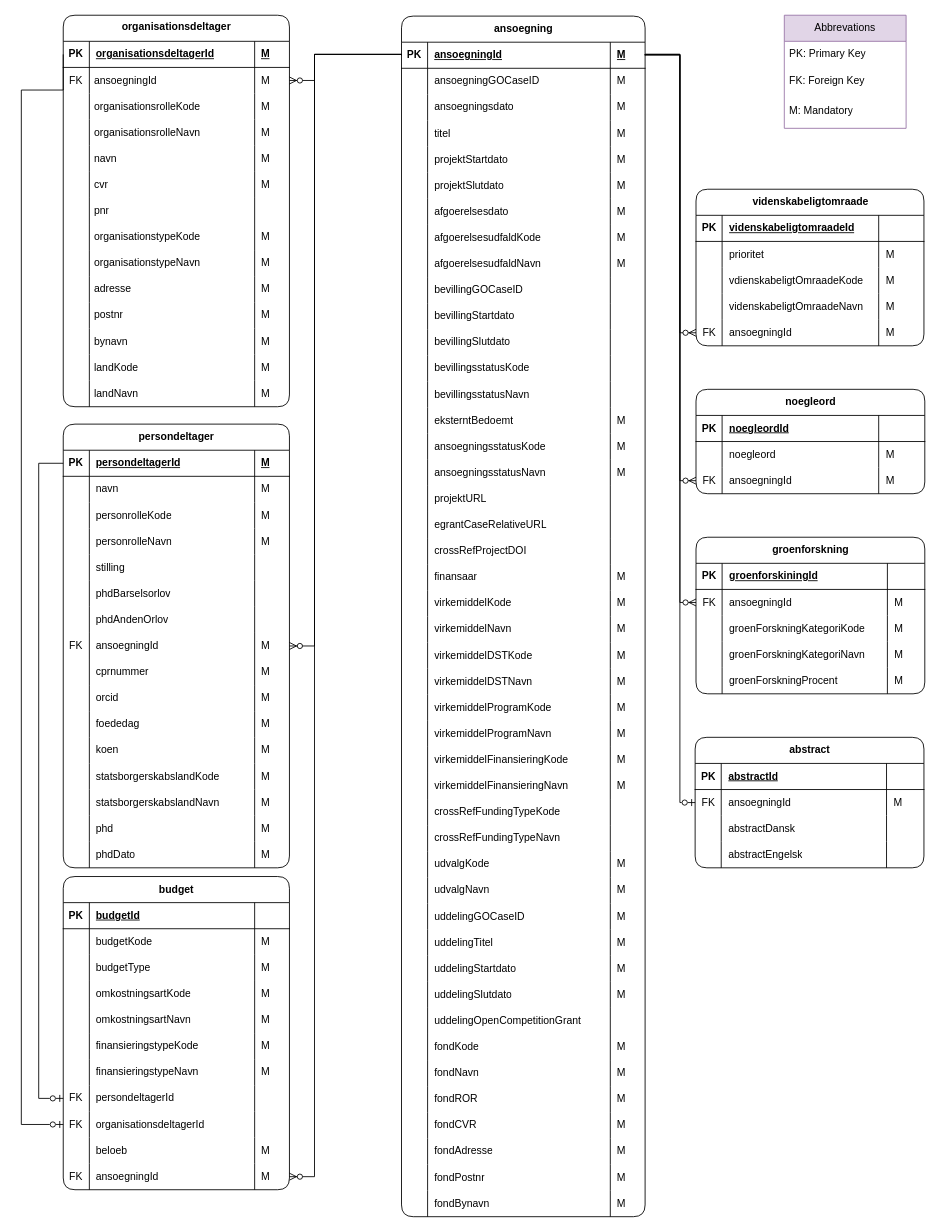
The draw.io diagram page "NY Raw" (4 of 5) of Grants model.drawio in thomas-lange-dk/Grants, before the edit. Source tidied: cells renumbered, new cells numbered last; positions are measured from the earlier drawing's top-left corner, leaving out a move shared by most shapes. Both pictures are drawn from the tidied source at 87%, with x=0, y=0 at pixel (21, 15).
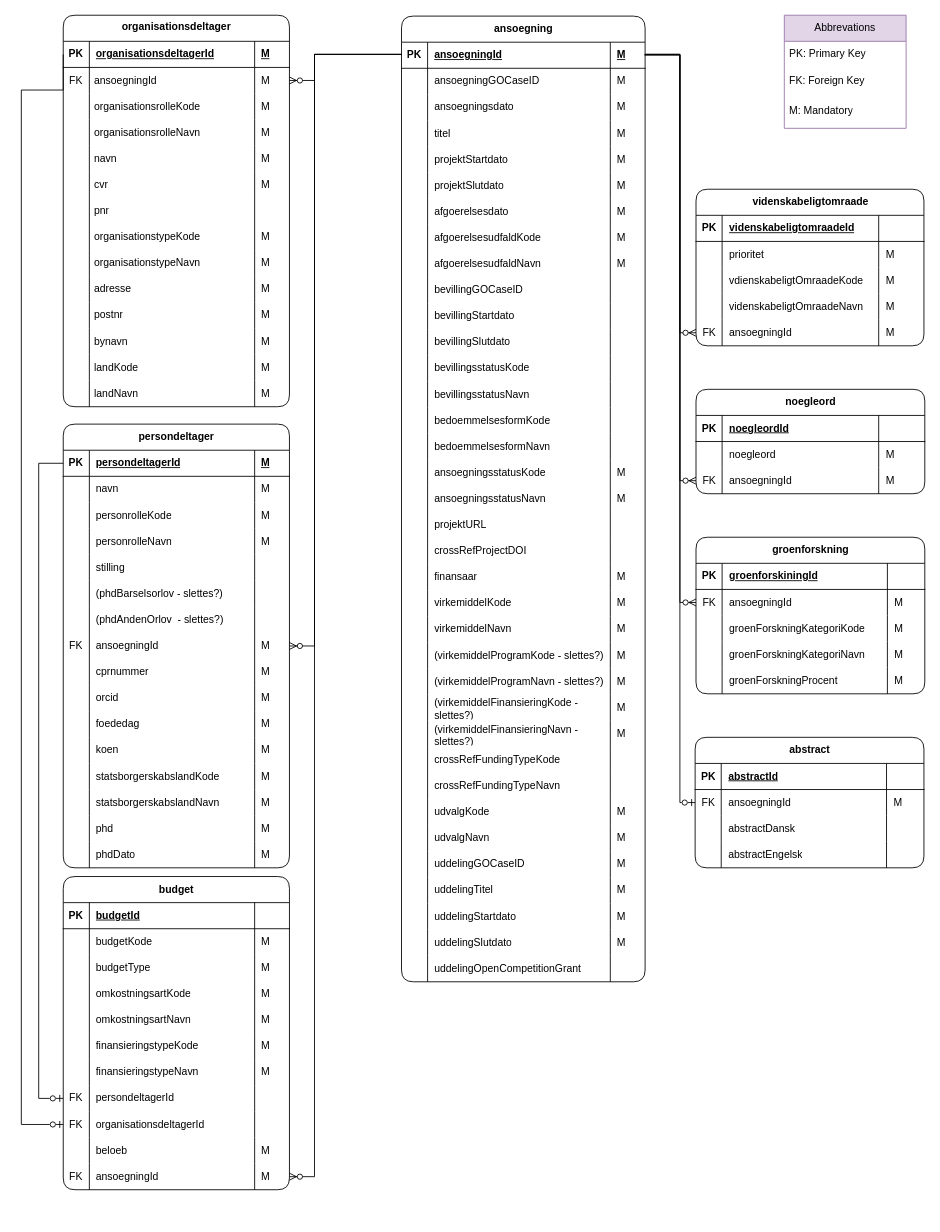
After the change.

The change refers to these unchanged cells:
```xml
<mxCell id="155" style="shape=tableRow;horizontal=0;startSize=0;swimlaneHead=0;swimlaneBody=0;fillColor=none;top=0;left=0;right=0;bottom=0;shadow=0;" parent="98" vertex="1">
  <mxGeometry y="450" width="280" height="30" as="geometry" />
</mxCell>
<mxCell id="300" style="shape=tableRow;horizontal=0;startSize=0;swimlaneHead=0;swimlaneBody=0;fillColor=none;top=0;left=0;right=0;bottom=0;shadow=0;" parent="279" vertex="1">
  <mxGeometry y="180" width="260" height="30" as="geometry" />
</mxCell>
<mxCell id="304" style="shape=tableRow;horizontal=0;startSize=0;swimlaneHead=0;swimlaneBody=0;fillColor=none;top=0;left=0;right=0;bottom=0;shadow=0;" parent="279" vertex="1">
  <mxGeometry y="210" width="260" height="30" as="geometry" />
</mxCell>
```

The edit, as a diff of the source:
```diff
@@
     <mxCell id="98" value="ansoegning" style="shape=table;startSize=30;childLayout=tableLayout;rowLines=0;fontStyle=1;align=center;html=1;swimlaneLine=1;shadow=0;rounded=1;swimlaneFillColor=none;" parent="1" vertex="1">
-      <mxGeometry x="437" y="1" width="280" height="1380" as="geometry" />
+      <mxGeometry x="437" y="1" width="280" height="1110" as="geometry" />
     </mxCell>
@@
-    <mxCell id="157" value="eksterntBedoemt" style="shape=partialRectangle;fillColor=none;top=0;left=0;bottom=0;right=0;align=left;spacingLeft=6;overflow=hidden;whiteSpace=wrap;html=1;shadow=0;" parent="155" vertex="1">
+    <mxCell id="157" value="bedoemmelsesformKode" style="shape=partialRectangle;fillColor=none;top=0;left=0;bottom=0;right=0;align=left;spacingLeft=6;overflow=hidden;whiteSpace=wrap;html=1;shadow=0;" parent="155" vertex="1">
       <mxGeometry x="30" width="210" height="30" as="geometry" />
     </mxCell>
-    <mxCell id="158" value="M" style="shape=partialRectangle;fillColor=none;top=0;left=0;bottom=0;right=0;align=left;spacingLeft=6;overflow=hidden;whiteSpace=wrap;html=1;shadow=0;" parent="155" vertex="1">
+    <mxCell id="158" style="shape=partialRectangle;fillColor=none;top=0;left=0;bottom=0;right=0;align=left;spacingLeft=6;overflow=hidden;whiteSpace=wrap;html=1;shadow=0;" parent="155" vertex="1">
       <mxGeometry x="240" width="40" height="30" as="geometry" />
     </mxCell>
+    <mxCell id="435" style="shape=tableRow;horizontal=0;startSize=0;swimlaneHead=0;swimlaneBody=0;fillColor=none;top=0;left=0;right=0;bottom=0;shadow=0;" parent="98" vertex="1">
+      <mxGeometry y="480" width="280" height="30" as="geometry" />
+    </mxCell>
+    <mxCell id="436" style="shape=partialRectangle;fillColor=none;top=0;left=0;bottom=0;right=0;overflow=hidden;whiteSpace=wrap;html=1;shadow=0;" parent="435" vertex="1">
+      <mxGeometry width="30" height="30" as="geometry" />
+    </mxCell>
+    <mxCell id="437" value="bedoemmelsesformNavn" style="shape=partialRectangle;fillColor=none;top=0;left=0;bottom=0;right=0;align=left;spacingLeft=6;overflow=hidden;whiteSpace=wrap;html=1;shadow=0;" parent="435" vertex="1">
+      <mxGeometry x="30" width="210" height="30" as="geometry" />
+    </mxCell>
+    <mxCell id="174" style="shape=partialRectangle;fillColor=none;top=0;left=0;bottom=0;right=0;align=left;spacingLeft=6;overflow=hidden;whiteSpace=wrap;html=1;shadow=0;" parent="435" vertex="1">
+      <mxGeometry x="240" width="40" height="30" as="geometry" />
+    </mxCell>
     <mxCell id="159" style="shape=tableRow;horizontal=0;startSize=0;swimlaneHead=0;swimlaneBody=0;fillColor=none;top=0;left=0;right=0;bottom=0;shadow=0;" parent="98" vertex="1">
-      <mxGeometry y="480" width="280" height="30" as="geometry" />
+      <mxGeometry y="510" width="280" height="30" as="geometry" />
     </mxCell>
@@
     <mxCell id="163" style="shape=tableRow;horizontal=0;startSize=0;swimlaneHead=0;swimlaneBody=0;fillColor=none;top=0;left=0;right=0;bottom=0;shadow=0;" parent="98" vertex="1">
-      <mxGeometry y="510" width="280" height="30" as="geometry" />
+      <mxGeometry y="540" width="280" height="30" as="geometry" />
     </mxCell>
@@
     <mxCell id="167" style="shape=tableRow;horizontal=0;startSize=0;swimlaneHead=0;swimlaneBody=0;fillColor=none;top=0;left=0;right=0;bottom=0;shadow=0;" parent="98" vertex="1">
-      <mxGeometry y="540" width="280" height="30" as="geometry" />
+      <mxGeometry y="570" width="280" height="30" as="geometry" />
     </mxCell>
@@
-    <mxCell id="171" style="shape=tableRow;horizontal=0;startSize=0;swimlaneHead=0;swimlaneBody=0;fillColor=none;top=0;left=0;right=0;bottom=0;shadow=0;" parent="98" vertex="1">
-      <mxGeometry y="570" width="280" height="30" as="geometry" />
-    </mxCell>
-    <mxCell id="172" style="shape=partialRectangle;fillColor=none;top=0;left=0;bottom=0;right=0;overflow=hidden;whiteSpace=wrap;html=1;shadow=0;" parent="171" vertex="1">
-      <mxGeometry width="30" height="30" as="geometry" />
-    </mxCell>
-    <mxCell id="173" value="egrantCaseRelativeURL" style="shape=partialRectangle;fillColor=none;top=0;left=0;bottom=0;right=0;align=left;spacingLeft=6;overflow=hidden;whiteSpace=wrap;html=1;shadow=0;" parent="171" vertex="1">
-      <mxGeometry x="30" width="210" height="30" as="geometry" />
-    </mxCell>
-    <mxCell id="174" style="shape=partialRectangle;fillColor=none;top=0;left=0;bottom=0;right=0;align=left;spacingLeft=6;overflow=hidden;whiteSpace=wrap;html=1;shadow=0;" parent="171" vertex="1">
-      <mxGeometry x="240" width="40" height="30" as="geometry" />
-    </mxCell>
@@
-    <mxCell id="191" style="shape=tableRow;horizontal=0;startSize=0;swimlaneHead=0;swimlaneBody=0;fillColor=none;top=0;left=0;right=0;bottom=0;shadow=0;" parent="98" vertex="1">
-      <mxGeometry y="720" width="280" height="30" as="geometry" />
-    </mxCell>
-    <mxCell id="192" style="shape=partialRectangle;fillColor=none;top=0;left=0;bottom=0;right=0;overflow=hidden;whiteSpace=wrap;html=1;shadow=0;" parent="191" vertex="1">
-      <mxGeometry width="30" height="30" as="geometry" />
-    </mxCell>
-    <mxCell id="193" value="virkemiddelDSTKode" style="shape=partialRectangle;fillColor=none;top=0;left=0;bottom=0;right=0;align=left;spacingLeft=6;overflow=hidden;whiteSpace=wrap;html=1;shadow=0;" parent="191" vertex="1">
-      <mxGeometry x="30" width="210" height="30" as="geometry" />
-    </mxCell>
-    <mxCell id="194" value="M" style="shape=partialRectangle;fillColor=none;top=0;left=0;bottom=0;right=0;align=left;spacingLeft=6;overflow=hidden;whiteSpace=wrap;html=1;shadow=0;" parent="191" vertex="1">
-      <mxGeometry x="240" width="40" height="30" as="geometry" />
-    </mxCell>
-    <mxCell id="195" style="shape=tableRow;horizontal=0;startSize=0;swimlaneHead=0;swimlaneBody=0;fillColor=none;top=0;left=0;right=0;bottom=0;shadow=0;" parent="98" vertex="1">
-      <mxGeometry y="750" width="280" height="30" as="geometry" />
-    </mxCell>
-    <mxCell id="196" style="shape=partialRectangle;fillColor=none;top=0;left=0;bottom=0;right=0;overflow=hidden;whiteSpace=wrap;html=1;shadow=0;" parent="195" vertex="1">
-      <mxGeometry width="30" height="30" as="geometry" />
-    </mxCell>
-    <mxCell id="197" value="virkemiddelDSTNavn" style="shape=partialRectangle;fillColor=none;top=0;left=0;bottom=0;right=0;align=left;spacingLeft=6;overflow=hidden;whiteSpace=wrap;html=1;shadow=0;" parent="195" vertex="1">
-      <mxGeometry x="30" width="210" height="30" as="geometry" />
-    </mxCell>
-    <mxCell id="198" value="M" style="shape=partialRectangle;fillColor=none;top=0;left=0;bottom=0;right=0;align=left;spacingLeft=6;overflow=hidden;whiteSpace=wrap;html=1;shadow=0;" parent="195" vertex="1">
-      <mxGeometry x="240" width="40" height="30" as="geometry" />
-    </mxCell>
     <mxCell id="199" style="shape=tableRow;horizontal=0;startSize=0;swimlaneHead=0;swimlaneBody=0;fillColor=none;top=0;left=0;right=0;bottom=0;shadow=0;" parent="98" vertex="1">
-      <mxGeometry y="780" width="280" height="30" as="geometry" />
+      <mxGeometry y="720" width="280" height="30" as="geometry" />
     </mxCell>
@@
-    <mxCell id="201" value="virkemiddelProgramKode" style="shape=partialRectangle;fillColor=none;top=0;left=0;bottom=0;right=0;align=left;spacingLeft=6;overflow=hidden;whiteSpace=wrap;html=1;shadow=0;" parent="199" vertex="1">
+    <mxCell id="201" value="(virkemiddelProgramKode - slettes?)" style="shape=partialRectangle;fillColor=none;top=0;left=0;bottom=0;right=0;align=left;spacingLeft=6;overflow=hidden;whiteSpace=wrap;html=1;shadow=0;" parent="199" vertex="1">
       <mxGeometry x="30" width="210" height="30" as="geometry" />
     </mxCell>
@@
     <mxCell id="203" style="shape=tableRow;horizontal=0;startSize=0;swimlaneHead=0;swimlaneBody=0;fillColor=none;top=0;left=0;right=0;bottom=0;shadow=0;" parent="98" vertex="1">
-      <mxGeometry y="810" width="280" height="30" as="geometry" />
+      <mxGeometry y="750" width="280" height="30" as="geometry" />
     </mxCell>
@@
-    <mxCell id="205" value="virkemiddelProgramNavn" style="shape=partialRectangle;fillColor=none;top=0;left=0;bottom=0;right=0;align=left;spacingLeft=6;overflow=hidden;whiteSpace=wrap;html=1;shadow=0;" parent="203" vertex="1">
+    <mxCell id="205" value="(virkemiddelProgramNavn&amp;nbsp;- slettes?)" style="shape=partialRectangle;fillColor=none;top=0;left=0;bottom=0;right=0;align=left;spacingLeft=6;overflow=hidden;whiteSpace=wrap;html=1;shadow=0;" parent="203" vertex="1">
       <mxGeometry x="30" width="210" height="30" as="geometry" />
     </mxCell>
@@
     <mxCell id="207" style="shape=tableRow;horizontal=0;startSize=0;swimlaneHead=0;swimlaneBody=0;fillColor=none;top=0;left=0;right=0;bottom=0;shadow=0;" parent="98" vertex="1">
-      <mxGeometry y="840" width="280" height="30" as="geometry" />
+      <mxGeometry y="780" width="280" height="30" as="geometry" />
     </mxCell>
@@
-    <mxCell id="209" value="virkemiddelFinansieringKode" style="shape=partialRectangle;fillColor=none;top=0;left=0;bottom=0;right=0;align=left;spacingLeft=6;overflow=hidden;whiteSpace=wrap;html=1;shadow=0;" parent="207" vertex="1">
+    <mxCell id="209" value="(virkemiddelFinansieringKode&amp;nbsp;- slettes?)" style="shape=partialRectangle;fillColor=none;top=0;left=0;bottom=0;right=0;align=left;spacingLeft=6;overflow=hidden;whiteSpace=wrap;html=1;shadow=0;" parent="207" vertex="1">
       <mxGeometry x="30" width="210" height="30" as="geometry" />
     </mxCell>
@@
     <mxCell id="211" style="shape=tableRow;horizontal=0;startSize=0;swimlaneHead=0;swimlaneBody=0;fillColor=none;top=0;left=0;right=0;bottom=0;shadow=0;" parent="98" vertex="1">
-      <mxGeometry y="870" width="280" height="30" as="geometry" />
+      <mxGeometry y="810" width="280" height="30" as="geometry" />
     </mxCell>
@@
-    <mxCell id="213" value="virkemiddelFinansieringNavn" style="shape=partialRectangle;fillColor=none;top=0;left=0;bottom=0;right=0;align=left;spacingLeft=6;overflow=hidden;whiteSpace=wrap;html=1;shadow=0;" parent="211" vertex="1">
+    <mxCell id="213" value="(virkemiddelFinansieringNavn&amp;nbsp;- slettes?)" style="shape=partialRectangle;fillColor=none;top=0;left=0;bottom=0;right=0;align=left;spacingLeft=6;overflow=hidden;whiteSpace=wrap;html=1;shadow=0;" parent="211" vertex="1">
       <mxGeometry x="30" width="210" height="30" as="geometry" />
     </mxCell>
@@
     <mxCell id="215" style="shape=tableRow;horizontal=0;startSize=0;swimlaneHead=0;swimlaneBody=0;fillColor=none;top=0;left=0;right=0;bottom=0;shadow=0;" parent="98" vertex="1">
-      <mxGeometry y="900" width="280" height="30" as="geometry" />
+      <mxGeometry y="840" width="280" height="30" as="geometry" />
     </mxCell>
@@
     <mxCell id="219" style="shape=tableRow;horizontal=0;startSize=0;swimlaneHead=0;swimlaneBody=0;fillColor=none;top=0;left=0;right=0;bottom=0;shadow=0;" parent="98" vertex="1">
-      <mxGeometry y="930" width="280" height="30" as="geometry" />
+      <mxGeometry y="870" width="280" height="30" as="geometry" />
     </mxCell>
@@
     <mxCell id="223" style="shape=tableRow;horizontal=0;startSize=0;swimlaneHead=0;swimlaneBody=0;fillColor=none;top=0;left=0;right=0;bottom=0;shadow=0;" parent="98" vertex="1">
-      <mxGeometry y="960" width="280" height="30" as="geometry" />
+      <mxGeometry y="900" width="280" height="30" as="geometry" />
     </mxCell>
@@
     <mxCell id="227" style="shape=tableRow;horizontal=0;startSize=0;swimlaneHead=0;swimlaneBody=0;fillColor=none;top=0;left=0;right=0;bottom=0;shadow=0;" parent="98" vertex="1">
-      <mxGeometry y="990" width="280" height="30" as="geometry" />
+      <mxGeometry y="930" width="280" height="30" as="geometry" />
     </mxCell>
@@
     <mxCell id="231" style="shape=tableRow;horizontal=0;startSize=0;swimlaneHead=0;swimlaneBody=0;fillColor=none;top=0;left=0;right=0;bottom=0;shadow=0;" parent="98" vertex="1">
-      <mxGeometry y="1020" width="280" height="30" as="geometry" />
+      <mxGeometry y="960" width="280" height="30" as="geometry" />
     </mxCell>
@@
     <mxCell id="235" style="shape=tableRow;horizontal=0;startSize=0;swimlaneHead=0;swimlaneBody=0;fillColor=none;top=0;left=0;right=0;bottom=0;shadow=0;" parent="98" vertex="1">
-      <mxGeometry y="1050" width="280" height="30" as="geometry" />
+      <mxGeometry y="990" width="280" height="30" as="geometry" />
     </mxCell>
@@
     <mxCell id="239" style="shape=tableRow;horizontal=0;startSize=0;swimlaneHead=0;swimlaneBody=0;fillColor=none;top=0;left=0;right=0;bottom=0;shadow=0;" parent="98" vertex="1">
-      <mxGeometry y="1080" width="280" height="30" as="geometry" />
+      <mxGeometry y="1020" width="280" height="30" as="geometry" />
     </mxCell>
@@
     <mxCell id="243" style="shape=tableRow;horizontal=0;startSize=0;swimlaneHead=0;swimlaneBody=0;fillColor=none;top=0;left=0;right=0;bottom=0;shadow=0;" parent="98" vertex="1">
-      <mxGeometry y="1110" width="280" height="30" as="geometry" />
+      <mxGeometry y="1050" width="280" height="30" as="geometry" />
     </mxCell>
@@
     <mxCell id="247" style="shape=tableRow;horizontal=0;startSize=0;swimlaneHead=0;swimlaneBody=0;fillColor=none;top=0;left=0;right=0;bottom=0;shadow=0;" parent="98" vertex="1">
-      <mxGeometry y="1140" width="280" height="30" as="geometry" />
+      <mxGeometry y="1080" width="280" height="30" as="geometry" />
     </mxCell>
@@
-    <mxCell id="251" style="shape=tableRow;horizontal=0;startSize=0;swimlaneHead=0;swimlaneBody=0;fillColor=none;top=0;left=0;right=0;bottom=0;shadow=0;" parent="98" vertex="1">
-      <mxGeometry y="1170" width="280" height="30" as="geometry" />
-    </mxCell>
-    <mxCell id="252" style="shape=partialRectangle;fillColor=none;top=0;left=0;bottom=0;right=0;overflow=hidden;whiteSpace=wrap;html=1;shadow=0;" parent="251" vertex="1">
-      <mxGeometry width="30" height="30" as="geometry" />
-    </mxCell>
-    <mxCell id="253" value="fondKode" style="shape=partialRectangle;fillColor=none;top=0;left=0;bottom=0;right=0;align=left;spacingLeft=6;overflow=hidden;whiteSpace=wrap;html=1;shadow=0;" parent="251" vertex="1">
-      <mxGeometry x="30" width="210" height="30" as="geometry" />
-    </mxCell>
-    <mxCell id="254" value="M" style="shape=partialRectangle;fillColor=none;top=0;left=0;bottom=0;right=0;align=left;spacingLeft=6;overflow=hidden;whiteSpace=wrap;html=1;shadow=0;" parent="251" vertex="1">
-      <mxGeometry x="240" width="40" height="30" as="geometry" />
-    </mxCell>
-    <mxCell id="255" style="shape=tableRow;horizontal=0;startSize=0;swimlaneHead=0;swimlaneBody=0;fillColor=none;top=0;left=0;right=0;bottom=0;shadow=0;" parent="98" vertex="1">
-      <mxGeometry y="1200" width="280" height="30" as="geometry" />
-    </mxCell>
-    <mxCell id="256" style="shape=partialRectangle;fillColor=none;top=0;left=0;bottom=0;right=0;overflow=hidden;whiteSpace=wrap;html=1;shadow=0;" parent="255" vertex="1">
-      <mxGeometry width="30" height="30" as="geometry" />
-    </mxCell>
-    <mxCell id="257" value="fondNavn" style="shape=partialRectangle;fillColor=none;top=0;left=0;bottom=0;right=0;align=left;spacingLeft=6;overflow=hidden;whiteSpace=wrap;html=1;shadow=0;" parent="255" vertex="1">
-      <mxGeometry x="30" width="210" height="30" as="geometry" />
-    </mxCell>
-    <mxCell id="258" value="M" style="shape=partialRectangle;fillColor=none;top=0;left=0;bottom=0;right=0;align=left;spacingLeft=6;overflow=hidden;whiteSpace=wrap;html=1;shadow=0;" parent="255" vertex="1">
-      <mxGeometry x="240" width="40" height="30" as="geometry" />
-    </mxCell>
-    <mxCell id="259" style="shape=tableRow;horizontal=0;startSize=0;swimlaneHead=0;swimlaneBody=0;fillColor=none;top=0;left=0;right=0;bottom=0;shadow=0;" parent="98" vertex="1">
-      <mxGeometry y="1230" width="280" height="30" as="geometry" />
-    </mxCell>
-    <mxCell id="260" style="shape=partialRectangle;fillColor=none;top=0;left=0;bottom=0;right=0;overflow=hidden;whiteSpace=wrap;html=1;shadow=0;" parent="259" vertex="1">
-      <mxGeometry width="30" height="30" as="geometry" />
-    </mxCell>
-    <mxCell id="261" value="fondROR" style="shape=partialRectangle;fillColor=none;top=0;left=0;bottom=0;right=0;align=left;spacingLeft=6;overflow=hidden;whiteSpace=wrap;html=1;shadow=0;" parent="259" vertex="1">
-      <mxGeometry x="30" width="210" height="30" as="geometry" />
-    </mxCell>
-    <mxCell id="262" value="M" style="shape=partialRectangle;fillColor=none;top=0;left=0;bottom=0;right=0;align=left;spacingLeft=6;overflow=hidden;whiteSpace=wrap;html=1;shadow=0;" parent="259" vertex="1">
-      <mxGeometry x="240" width="40" height="30" as="geometry" />
-    </mxCell>
-    <mxCell id="263" style="shape=tableRow;horizontal=0;startSize=0;swimlaneHead=0;swimlaneBody=0;fillColor=none;top=0;left=0;right=0;bottom=0;shadow=0;" parent="98" vertex="1">
-      <mxGeometry y="1260" width="280" height="30" as="geometry" />
-    </mxCell>
-    <mxCell id="264" style="shape=partialRectangle;fillColor=none;top=0;left=0;bottom=0;right=0;overflow=hidden;whiteSpace=wrap;html=1;shadow=0;" parent="263" vertex="1">
-      <mxGeometry width="30" height="30" as="geometry" />
-    </mxCell>
-    <mxCell id="265" value="fondCVR" style="shape=partialRectangle;fillColor=none;top=0;left=0;bottom=0;right=0;align=left;spacingLeft=6;overflow=hidden;whiteSpace=wrap;html=1;shadow=0;" parent="263" vertex="1">
-      <mxGeometry x="30" width="210" height="30" as="geometry" />
-    </mxCell>
-    <mxCell id="266" value="M" style="shape=partialRectangle;fillColor=none;top=0;left=0;bottom=0;right=0;align=left;spacingLeft=6;overflow=hidden;whiteSpace=wrap;html=1;shadow=0;" parent="263" vertex="1">
-      <mxGeometry x="240" width="40" height="30" as="geometry" />
-    </mxCell>
-    <mxCell id="267" style="shape=tableRow;horizontal=0;startSize=0;swimlaneHead=0;swimlaneBody=0;fillColor=none;top=0;left=0;right=0;bottom=0;shadow=0;" parent="98" vertex="1">
-      <mxGeometry y="1290" width="280" height="30" as="geometry" />
-    </mxCell>
-    <mxCell id="268" style="shape=partialRectangle;fillColor=none;top=0;left=0;bottom=0;right=0;overflow=hidden;whiteSpace=wrap;html=1;shadow=0;" parent="267" vertex="1">
-      <mxGeometry width="30" height="30" as="geometry" />
-    </mxCell>
-    <mxCell id="269" value="fondAdresse" style="shape=partialRectangle;fillColor=none;top=0;left=0;bottom=0;right=0;align=left;spacingLeft=6;overflow=hidden;whiteSpace=wrap;html=1;shadow=0;" parent="267" vertex="1">
-      <mxGeometry x="30" width="210" height="30" as="geometry" />
-    </mxCell>
-    <mxCell id="270" value="M" style="shape=partialRectangle;fillColor=none;top=0;left=0;bottom=0;right=0;align=left;spacingLeft=6;overflow=hidden;whiteSpace=wrap;html=1;shadow=0;" parent="267" vertex="1">
-      <mxGeometry x="240" width="40" height="30" as="geometry" />
-    </mxCell>
-    <mxCell id="271" style="shape=tableRow;horizontal=0;startSize=0;swimlaneHead=0;swimlaneBody=0;fillColor=none;top=0;left=0;right=0;bottom=0;shadow=0;" parent="98" vertex="1">
-      <mxGeometry y="1320" width="280" height="30" as="geometry" />
-    </mxCell>
-    <mxCell id="272" style="shape=partialRectangle;fillColor=none;top=0;left=0;bottom=0;right=0;overflow=hidden;whiteSpace=wrap;html=1;shadow=0;" parent="271" vertex="1">
-      <mxGeometry width="30" height="30" as="geometry" />
-    </mxCell>
-    <mxCell id="273" value="fondPostnr" style="shape=partialRectangle;fillColor=none;top=0;left=0;bottom=0;right=0;align=left;spacingLeft=6;overflow=hidden;whiteSpace=wrap;html=1;shadow=0;" parent="271" vertex="1">
-      <mxGeometry x="30" width="210" height="30" as="geometry" />
-    </mxCell>
-    <mxCell id="274" value="M" style="shape=partialRectangle;fillColor=none;top=0;left=0;bottom=0;right=0;align=left;spacingLeft=6;overflow=hidden;whiteSpace=wrap;html=1;shadow=0;" parent="271" vertex="1">
-      <mxGeometry x="240" width="40" height="30" as="geometry" />
-    </mxCell>
-    <mxCell id="275" style="shape=tableRow;horizontal=0;startSize=0;swimlaneHead=0;swimlaneBody=0;fillColor=none;top=0;left=0;right=0;bottom=0;shadow=0;" parent="98" vertex="1">
-      <mxGeometry y="1350" width="280" height="30" as="geometry" />
-    </mxCell>
-    <mxCell id="276" style="shape=partialRectangle;fillColor=none;top=0;left=0;bottom=0;right=0;overflow=hidden;whiteSpace=wrap;html=1;shadow=0;" parent="275" vertex="1">
-      <mxGeometry width="30" height="30" as="geometry" />
-    </mxCell>
-    <mxCell id="277" value="fondBynavn" style="shape=partialRectangle;fillColor=none;top=0;left=0;bottom=0;right=0;align=left;spacingLeft=6;overflow=hidden;whiteSpace=wrap;html=1;shadow=0;" parent="275" vertex="1">
-      <mxGeometry x="30" width="210" height="30" as="geometry" />
-    </mxCell>
-    <mxCell id="278" value="M" style="shape=partialRectangle;fillColor=none;top=0;left=0;bottom=0;right=0;align=left;spacingLeft=6;overflow=hidden;whiteSpace=wrap;html=1;shadow=0;" parent="275" vertex="1">
-      <mxGeometry x="240" width="40" height="30" as="geometry" />
-    </mxCell>
@@
-    <mxCell id="302" value="phdBarselsorlov" style="shape=partialRectangle;fillColor=none;top=0;left=0;bottom=0;right=0;align=left;spacingLeft=6;overflow=hidden;whiteSpace=wrap;html=1;shadow=0;" parent="300" vertex="1">
+    <mxCell id="302" value="(phdBarselsorlov&amp;nbsp;- slettes?)" style="shape=partialRectangle;fillColor=none;top=0;left=0;bottom=0;right=0;align=left;spacingLeft=6;overflow=hidden;whiteSpace=wrap;html=1;shadow=0;" parent="300" vertex="1">
       <mxGeometry x="30" width="190" height="30" as="geometry" />
     </mxCell>
@@
-    <mxCell id="306" value="phdAndenOrlov" style="shape=partialRectangle;fillColor=none;top=0;left=0;bottom=0;right=0;align=left;spacingLeft=6;overflow=hidden;whiteSpace=wrap;html=1;shadow=0;" parent="304" vertex="1">
+    <mxCell id="306" value="(phdAndenOrlov&amp;nbsp;&amp;nbsp;- slettes?)" style="shape=partialRectangle;fillColor=none;top=0;left=0;bottom=0;right=0;align=left;spacingLeft=6;overflow=hidden;whiteSpace=wrap;html=1;shadow=0;" parent="304" vertex="1">
       <mxGeometry x="30" width="190" height="30" as="geometry" />
     </mxCell>
```
